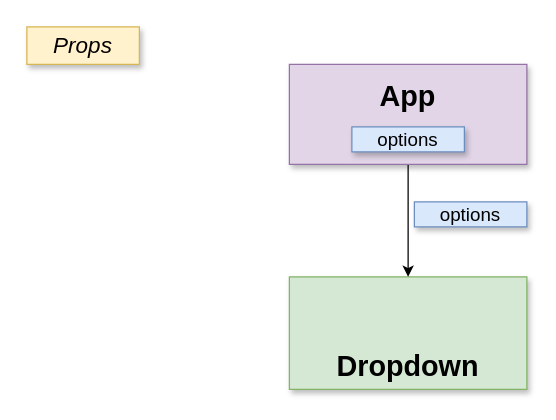
Above: page "02 - dropdown" (3 of 20) of diagrams/widgets/02.drawio in HappySuzuki/redux-code (draw.io), before the change. Source tidied: cells renumbered, new cells numbered last; positions are measured from the earlier drawing's top-left corner, leaving out a move shared by most shapes. Both pictures are drawn from the tidied source at 125%, with x=0, y=0 at pixel (26, 26).
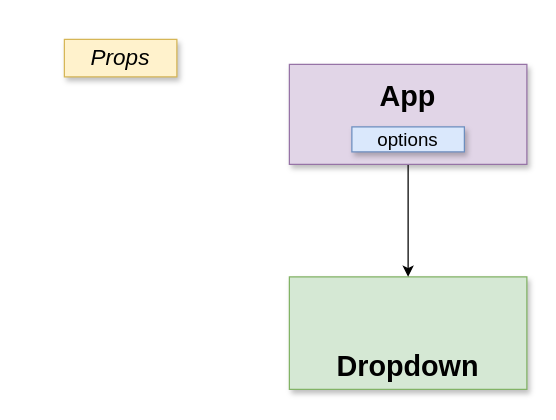
The same page after the edit.

Diff of the diagram source:
```diff
@@
 <mxGraphModel>
   <root>
     <mxCell id="0" />
     <mxCell id="1" parent="0" />
     <mxCell id="2" value="&lt;br&gt;&lt;br&gt;&lt;b&gt;Dropdown&lt;/b&gt;" style="rounded=0;whiteSpace=wrap;html=1;shadow=1;fontSize=23;align=center;fillColor=#d5e8d4;strokeColor=#82b366;" parent="1" vertex="1">
       <mxGeometry x="210" y="200" width="190" height="90" as="geometry" />
     </mxCell>
     <mxCell id="3" style="edgeStyle=orthogonalEdgeStyle;rounded=0;jettySize=auto;html=1;exitX=0.5;exitY=1;exitDx=0;exitDy=0;strokeWidth=1;fontSize=23;" parent="1" edge="1" source="4" target="2">
       <mxGeometry relative="1" as="geometry" />
     </mxCell>
     <mxCell id="4" value="App&lt;br&gt;&lt;br&gt;" style="rounded=0;whiteSpace=wrap;html=1;shadow=1;fontSize=23;align=center;fontStyle=1;fillColor=#e1d5e7;strokeColor=#9673a6;" parent="1" vertex="1">
       <mxGeometry x="210" y="30" width="190" height="80" as="geometry" />
     </mxCell>
     <mxCell id="5" value="options" style="rounded=0;whiteSpace=wrap;html=1;shadow=1;fontSize=15;align=center;fillColor=#dae8fc;strokeColor=#6c8ebf;" parent="1" vertex="1">
       <mxGeometry x="260" y="80" width="90" height="20" as="geometry" />
     </mxCell>
     <mxCell id="6" value="Props" style="rounded=0;whiteSpace=wrap;html=1;shadow=1;fontSize=18;align=center;fillColor=#fff2cc;strokeColor=#d6b656;fontStyle=2;" parent="1" vertex="1">
-      <mxGeometry width="90" height="30" as="geometry" />
+      <mxGeometry x="30" y="10" width="90" height="30" as="geometry" />
     </mxCell>
-    <mxCell id="7" value="options" style="rounded=0;whiteSpace=wrap;html=1;shadow=1;fontSize=15;align=center;fillColor=#dae8fc;strokeColor=#6c8ebf;" parent="1" vertex="1">
-      <mxGeometry x="310" y="140" width="90" height="20" as="geometry" />
-    </mxCell>
   </root>
 </mxGraphModel>
```
